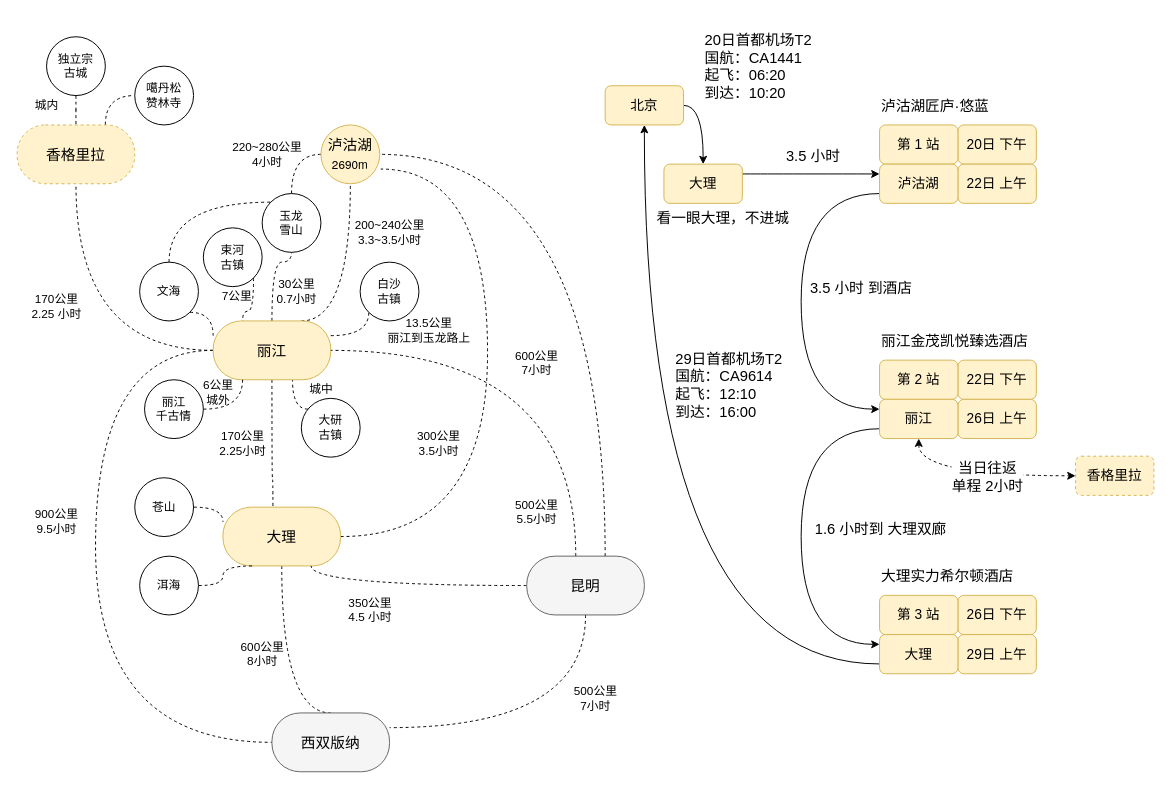
This is dali-lijiang.drawio from rabbitcount/drawio, a draw.io file, before an edit. Source tidied: cells renumbered, new cells numbered last; positions are measured from the earlier drawing's top-left corner, leaving out a move shared by most shapes. Both pictures are drawn from the tidied source at 98%, with x=0, y=0 at pixel (17, 26).
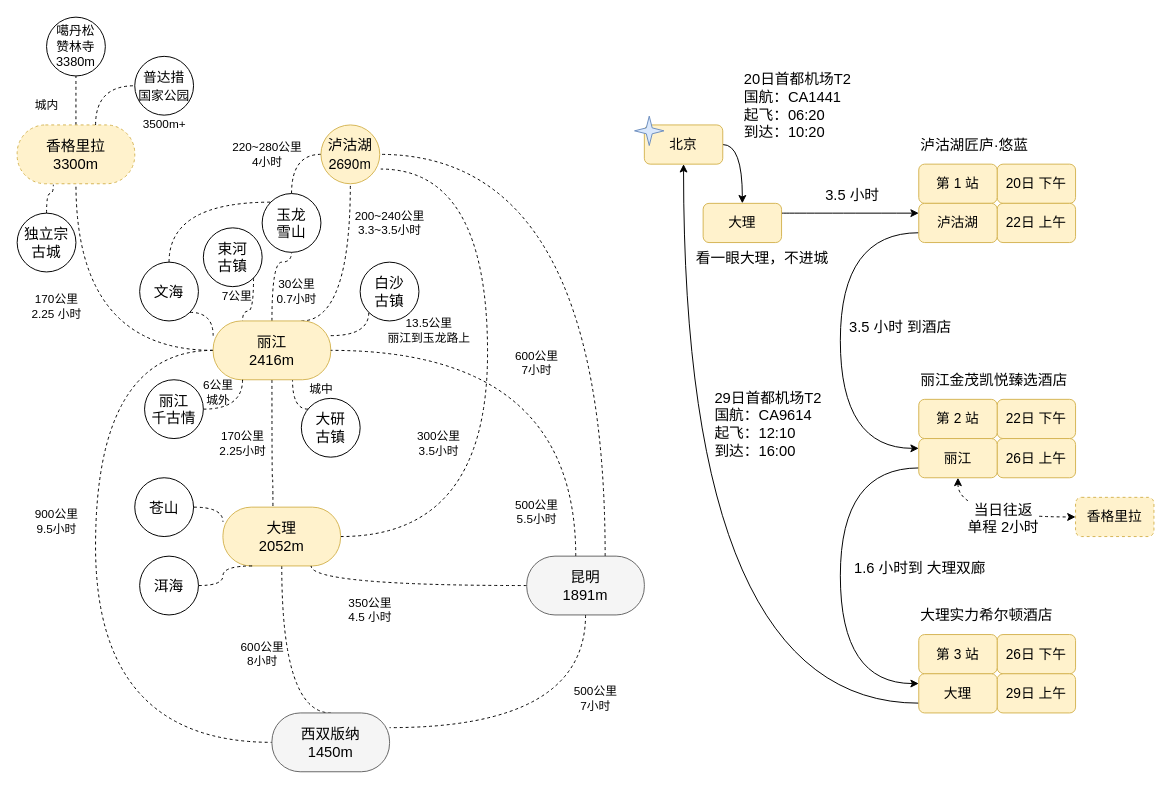
After the change.

Unchanged cells that the change refers to:
```xml
<mxCell id="68" style="edgeStyle=orthogonalEdgeStyle;rounded=0;jettySize=auto;html=1;entryX=0;entryY=0.5;entryDx=0;entryDy=0;curved=1;exitX=0.5;exitY=1;exitDx=0;exitDy=0;startArrow=classic;startFill=1;dashed=1;" parent="1" edge="1" source="70" target="86">
  <mxGeometry relative="1" as="geometry" />
</mxCell>
```

What changed in the source:
```diff
@@
-    <mxCell id="8" value="丽江" style="rounded=1;whiteSpace=wrap;html=1;arcSize=48;fontSize=15;fontStyle=0;fillColor=#fff2cc;strokeColor=#d6b656;" parent="1" vertex="1">
+    <mxCell id="8" value="丽江&lt;br&gt;2416m" style="rounded=1;whiteSpace=wrap;html=1;arcSize=48;fontSize=15;fontStyle=0;fillColor=#fff2cc;strokeColor=#d6b656;" parent="1" vertex="1">
       <mxGeometry x="200" y="300" width="120" height="60" as="geometry" />
     </mxCell>
-    <mxCell id="9" style="edgeStyle=orthogonalEdgeStyle;rounded=0;jettySize=auto;html=1;exitX=0.75;exitY=0;exitDx=0;exitDy=0;curved=1;entryX=0;entryY=0.5;entryDx=0;entryDy=0;dashed=1;endArrow=none;endFill=0;" parent="1" edge="1" source="10" target="32">
+    <mxCell id="9" style="edgeStyle=orthogonalEdgeStyle;rounded=0;jettySize=auto;html=1;exitX=0.5;exitY=0;exitDx=0;exitDy=0;curved=1;entryX=0.5;entryY=1;entryDx=0;entryDy=0;dashed=1;endArrow=none;endFill=0;" parent="1" edge="1" source="10" target="32">
       <mxGeometry relative="1" as="geometry" />
     </mxCell>
-    <mxCell id="10" value="香格里拉" style="rounded=1;whiteSpace=wrap;html=1;arcSize=48;fontSize=15;fontStyle=0;fillColor=#fff2cc;strokeColor=#d6b656;dashed=1;" parent="1" vertex="1">
+    <mxCell id="10" value="香格里拉&lt;br&gt;3300m" style="rounded=1;whiteSpace=wrap;html=1;arcSize=48;fontSize=15;fontStyle=0;fillColor=#fff2cc;strokeColor=#d6b656;dashed=1;" parent="1" vertex="1">
       <mxGeometry y="100" width="120" height="60" as="geometry" />
     </mxCell>
@@
-    <mxCell id="13" value="大理" style="rounded=1;whiteSpace=wrap;html=1;arcSize=48;fontSize=15;fontStyle=0;fillColor=#fff2cc;strokeColor=#d6b656;" parent="1" vertex="1">
+    <mxCell id="13" value="大理&lt;br&gt;2052m" style="rounded=1;whiteSpace=wrap;html=1;arcSize=48;fontSize=15;fontStyle=0;fillColor=#fff2cc;strokeColor=#d6b656;" parent="1" vertex="1">
       <mxGeometry x="210" y="490" width="120" height="60" as="geometry" />
     </mxCell>
@@
-    <mxCell id="18" value="昆明" style="rounded=1;whiteSpace=wrap;html=1;arcSize=48;fontSize=15;fillColor=#f5f5f5;strokeColor=#666666;fontStyle=0;" parent="1" vertex="1">
+    <mxCell id="18" value="昆明&lt;br&gt;1891m" style="rounded=1;whiteSpace=wrap;html=1;arcSize=48;fontSize=15;fillColor=#f5f5f5;strokeColor=#666666;fontStyle=0;" parent="1" vertex="1">
       <mxGeometry x="520" y="540" width="120" height="60" as="geometry" />
     </mxCell>
@@
-    <mxCell id="20" value="玉龙&lt;br&gt;雪山" style="ellipse;whiteSpace=wrap;html=1;" parent="1" vertex="1">
+    <mxCell id="20" value="玉龙&lt;br style=&quot;font-size: 15px;&quot;&gt;雪山" style="ellipse;whiteSpace=wrap;html=1;fontSize=15;" parent="1" vertex="1">
       <mxGeometry x="250" y="170" width="60" height="60" as="geometry" />
     </mxCell>
-    <mxCell id="21" value="&lt;span style=&quot;font-weight: normal&quot;&gt;泸沽湖&lt;br style=&quot;font-size: 15px&quot;&gt;&lt;span style=&quot;font-family: &amp;#34;helvetica neue&amp;#34; , &amp;#34;helvetica&amp;#34; , &amp;#34;arial&amp;#34; , &amp;#34;pingfang sc&amp;#34; , &amp;#34;hiragino sans gb&amp;#34; , &amp;#34;microsoft yahei&amp;#34; , &amp;#34;wenquanyi micro hei&amp;#34; , sans-serif&quot;&gt;&lt;font style=&quot;font-size: 12px&quot;&gt;2690m&lt;/font&gt;&lt;/span&gt;&lt;/span&gt;" style="ellipse;whiteSpace=wrap;html=1;fontSize=15;fontStyle=1;fillColor=#fff2cc;strokeColor=#d6b656;" parent="1" vertex="1">
+    <mxCell id="21" value="&lt;span style=&quot;font-weight: normal&quot;&gt;泸沽湖&lt;br style=&quot;font-size: 15px&quot;&gt;&lt;span style=&quot;font-family: &amp;quot;helvetica neue&amp;quot; , &amp;quot;helvetica&amp;quot; , &amp;quot;arial&amp;quot; , &amp;quot;pingfang sc&amp;quot; , &amp;quot;hiragino sans gb&amp;quot; , &amp;quot;microsoft yahei&amp;quot; , &amp;quot;wenquanyi micro hei&amp;quot; , sans-serif&quot;&gt;&lt;font style=&quot;font-size: 14px;&quot;&gt;2690m&lt;/font&gt;&lt;/span&gt;&lt;/span&gt;" style="ellipse;whiteSpace=wrap;html=1;fontSize=15;fontStyle=1;fillColor=#fff2cc;strokeColor=#d6b656;" parent="1" vertex="1">
       <mxGeometry x="310" y="100" width="60" height="60" as="geometry" />
     </mxCell>
@@
     <mxCell id="23" value="200~240公里&lt;br&gt;3.3~3.5小时" style="text;html=1;align=center;verticalAlign=middle;" parent="1" vertex="1">
-      <mxGeometry x="335" y="195" width="90" height="30" as="geometry" />
+      <mxGeometry x="335" y="185" width="90" height="30" as="geometry" />
     </mxCell>
@@
-    <mxCell id="29" value="西双版纳" style="rounded=1;whiteSpace=wrap;html=1;arcSize=48;fontSize=15;fillColor=#f5f5f5;strokeColor=#666666;fontStyle=0;" parent="1" vertex="1">
+    <mxCell id="29" value="西双版纳&lt;br&gt;1450m" style="rounded=1;whiteSpace=wrap;html=1;arcSize=48;fontSize=15;fillColor=#f5f5f5;strokeColor=#666666;fontStyle=0;" parent="1" vertex="1">
       <mxGeometry x="260" y="700" width="120" height="60" as="geometry" />
     </mxCell>
@@
-    <mxCell id="32" value="噶丹松&lt;br&gt;赞林寺" style="ellipse;whiteSpace=wrap;html=1;" parent="1" vertex="1">
-      <mxGeometry x="120" y="40" width="60" height="60" as="geometry" />
+    <mxCell id="32" value="噶丹松&lt;br style=&quot;font-size: 13px;&quot;&gt;赞林寺&lt;br style=&quot;font-size: 13px;&quot;&gt;3380m" style="ellipse;whiteSpace=wrap;html=1;fontSize=13;" parent="1" vertex="1">
+      <mxGeometry x="30" y="-10" width="60" height="60" as="geometry" />
     </mxCell>
-    <mxCell id="33" style="edgeStyle=orthogonalEdgeStyle;curved=1;rounded=0;jettySize=auto;html=1;dashed=1;endArrow=none;endFill=0;" parent="1" edge="1" source="34" target="10">
+    <mxCell id="33" style="edgeStyle=orthogonalEdgeStyle;curved=1;rounded=0;jettySize=auto;html=1;dashed=1;endArrow=none;endFill=0;entryX=0.308;entryY=1.017;entryDx=0;entryDy=0;entryPerimeter=0;" parent="1" edge="1" source="34" target="10">
       <mxGeometry relative="1" as="geometry" />
     </mxCell>
-    <mxCell id="34" value="独立宗&lt;br&gt;古城" style="ellipse;whiteSpace=wrap;html=1;" parent="1" vertex="1">
-      <mxGeometry x="30" y="10" width="60" height="60" as="geometry" />
+    <mxCell id="34" value="独立宗&lt;br style=&quot;font-size: 15px;&quot;&gt;古城" style="ellipse;whiteSpace=wrap;html=1;fontSize=15;" parent="1" vertex="1">
+      <mxGeometry y="190" width="60" height="60" as="geometry" />
     </mxCell>
@@
-    <mxCell id="37" value="苍山" style="ellipse;whiteSpace=wrap;html=1;" parent="1" vertex="1">
+    <mxCell id="37" value="苍山" style="ellipse;whiteSpace=wrap;html=1;fontSize=15;" parent="1" vertex="1">
       <mxGeometry x="120" y="460" width="60" height="60" as="geometry" />
     </mxCell>
@@
-    <mxCell id="39" value="洱海" style="ellipse;whiteSpace=wrap;html=1;" parent="1" vertex="1">
+    <mxCell id="39" value="洱海" style="ellipse;whiteSpace=wrap;html=1;fontSize=15;" parent="1" vertex="1">
       <mxGeometry x="125" y="540" width="60" height="60" as="geometry" />
     </mxCell>
@@
-    <mxCell id="42" value="束河&lt;br&gt;古镇" style="ellipse;whiteSpace=wrap;html=1;" parent="1" vertex="1">
+    <mxCell id="42" value="束河&lt;br style=&quot;font-size: 15px;&quot;&gt;古镇" style="ellipse;whiteSpace=wrap;html=1;fontSize=15;" parent="1" vertex="1">
       <mxGeometry x="190" y="205" width="60" height="60" as="geometry" />
     </mxCell>
@@
-    <mxCell id="44" value="大研&lt;br&gt;古镇" style="ellipse;whiteSpace=wrap;html=1;" parent="1" vertex="1">
+    <mxCell id="44" value="大研&lt;br style=&quot;font-size: 15px;&quot;&gt;古镇" style="ellipse;whiteSpace=wrap;html=1;fontSize=15;" parent="1" vertex="1">
       <mxGeometry x="290" y="379" width="60" height="60" as="geometry" />
     </mxCell>
-    <mxCell id="45" value="白沙&lt;br&gt;古镇" style="ellipse;whiteSpace=wrap;html=1;" parent="1" vertex="1">
+    <mxCell id="45" value="白沙&lt;br style=&quot;font-size: 15px;&quot;&gt;古镇" style="ellipse;whiteSpace=wrap;html=1;fontSize=15;" parent="1" vertex="1">
       <mxGeometry x="350" y="240" width="60" height="60" as="geometry" />
     </mxCell>
@@
-    <mxCell id="52" value="文海" style="ellipse;whiteSpace=wrap;html=1;" parent="1" vertex="1">
+    <mxCell id="52" value="文海" style="ellipse;whiteSpace=wrap;html=1;fontSize=15;" parent="1" vertex="1">
       <mxGeometry x="125" y="240" width="60" height="60" as="geometry" />
     </mxCell>
@@
-    <mxCell id="54" value="丽江&lt;br&gt;千古情" style="ellipse;whiteSpace=wrap;html=1;" parent="1" vertex="1">
+    <mxCell id="54" value="丽江&lt;br style=&quot;font-size: 15px;&quot;&gt;千古情" style="ellipse;whiteSpace=wrap;html=1;fontSize=15;" parent="1" vertex="1">
       <mxGeometry x="130" y="360" width="60" height="60" as="geometry" />
     </mxCell>
@@
     <mxCell id="57" value="20日 下午" style="rounded=1;whiteSpace=wrap;html=1;fillColor=#fff2cc;fontSize=14;strokeColor=#d6b656;" parent="1" vertex="1">
-      <mxGeometry x="960" y="100" width="80" height="40" as="geometry" />
+      <mxGeometry x="1000" y="140" width="80" height="40" as="geometry" />
     </mxCell>
     <mxCell id="58" value="22日 上午" style="rounded=1;whiteSpace=wrap;html=1;fillColor=#fff2cc;fontSize=14;strokeColor=#d6b656;" parent="1" vertex="1">
-      <mxGeometry x="960" y="140" width="80" height="40" as="geometry" />
+      <mxGeometry x="1000" y="180" width="80" height="40" as="geometry" />
     </mxCell>
     <mxCell id="59" value="第 1 站" style="rounded=1;whiteSpace=wrap;html=1;fillColor=#fff2cc;fontSize=14;strokeColor=#d6b656;" parent="1" vertex="1">
-      <mxGeometry x="880" y="100" width="80" height="40" as="geometry" />
+      <mxGeometry x="920" y="140" width="80" height="40" as="geometry" />
     </mxCell>
     <mxCell id="60" style="edgeStyle=orthogonalEdgeStyle;curved=1;rounded=0;jettySize=auto;html=1;exitX=0;exitY=0.75;exitDx=0;exitDy=0;entryX=0;entryY=0.25;entryDx=0;entryDy=0;fontSize=14;" parent="1" edge="1" source="62" target="70">
       <mxGeometry relative="1" as="geometry">
         <Array as="points">
-          <mxPoint x="800" y="170" />
-          <mxPoint x="800" y="390" />
+          <mxPoint x="840" y="210" />
+          <mxPoint x="840" y="430" />
         </Array>
       </mxGeometry>
     </mxCell>
@@
     <mxCell id="62" value="泸沽湖" style="rounded=1;whiteSpace=wrap;html=1;fillColor=#fff2cc;fontSize=14;strokeColor=#d6b656;" parent="1" vertex="1">
-      <mxGeometry x="880" y="140" width="80" height="40" as="geometry" />
+      <mxGeometry x="920" y="180" width="80" height="40" as="geometry" />
     </mxCell>
     <mxCell id="63" value="22日 下午" style="rounded=1;whiteSpace=wrap;html=1;fillColor=#fff2cc;fontSize=14;strokeColor=#d6b656;" parent="1" vertex="1">
-      <mxGeometry x="960" y="340" width="80" height="40" as="geometry" />
+      <mxGeometry x="1000" y="380" width="80" height="40" as="geometry" />
     </mxCell>
     <mxCell id="64" value="26日 上午" style="rounded=1;whiteSpace=wrap;html=1;fillColor=#fff2cc;fontSize=14;strokeColor=#d6b656;" parent="1" vertex="1">
-      <mxGeometry x="960" y="380" width="80" height="40" as="geometry" />
+      <mxGeometry x="1000" y="420" width="80" height="40" as="geometry" />
     </mxCell>
     <mxCell id="65" value="第 2 站" style="rounded=1;whiteSpace=wrap;html=1;fillColor=#fff2cc;fontSize=14;strokeColor=#d6b656;" parent="1" vertex="1">
-      <mxGeometry x="880" y="340" width="80" height="40" as="geometry" />
+      <mxGeometry x="920" y="380" width="80" height="40" as="geometry" />
     </mxCell>
     <mxCell id="66" style="edgeStyle=orthogonalEdgeStyle;curved=1;rounded=0;jettySize=auto;html=1;exitX=0;exitY=0.75;exitDx=0;exitDy=0;entryX=0;entryY=0.25;entryDx=0;entryDy=0;fontSize=14;" parent="1" edge="1" source="70" target="75">
       <mxGeometry relative="1" as="geometry">
         <Array as="points">
-          <mxPoint x="800" y="410" />
-          <mxPoint x="800" y="630" />
+          <mxPoint x="840" y="450" />
+          <mxPoint x="840" y="670" />
         </Array>
       </mxGeometry>
     </mxCell>
@@
     <mxCell id="69" value="当日往返&lt;br&gt;单程 2小时" style="edgeLabel;html=1;align=center;verticalAlign=middle;fontSize=15;" parent="68" vertex="1">
       <mxGeometry x="0.08" y="7" relative="1" as="geometry">
-        <mxPoint y="7" as="offset" />
+        <mxPoint x="-1" y="7" as="offset" />
       </mxGeometry>
     </mxCell>
     <mxCell id="70" value="丽江" style="rounded=1;whiteSpace=wrap;html=1;fillColor=#fff2cc;fontSize=14;strokeColor=#d6b656;" parent="1" vertex="1">
-      <mxGeometry x="880" y="380" width="80" height="40" as="geometry" />
+      <mxGeometry x="920" y="420" width="80" height="40" as="geometry" />
     </mxCell>
     <mxCell id="71" value="26日 下午" style="rounded=1;whiteSpace=wrap;html=1;fillColor=#fff2cc;fontSize=14;strokeColor=#d6b656;" parent="1" vertex="1">
-      <mxGeometry x="960" y="580" width="80" height="40" as="geometry" />
+      <mxGeometry x="1000" y="620" width="80" height="40" as="geometry" />
     </mxCell>
     <mxCell id="72" value="29日 上午" style="rounded=1;whiteSpace=wrap;html=1;fillColor=#fff2cc;fontSize=14;strokeColor=#d6b656;" parent="1" vertex="1">
-      <mxGeometry x="960" y="620" width="80" height="40" as="geometry" />
+      <mxGeometry x="1000" y="660" width="80" height="40" as="geometry" />
     </mxCell>
     <mxCell id="73" value="第 3 站" style="rounded=1;whiteSpace=wrap;html=1;fillColor=#fff2cc;fontSize=14;strokeColor=#d6b656;" parent="1" vertex="1">
-      <mxGeometry x="880" y="580" width="80" height="40" as="geometry" />
+      <mxGeometry x="920" y="620" width="80" height="40" as="geometry" />
     </mxCell>
@@
     <mxCell id="75" value="大理" style="rounded=1;whiteSpace=wrap;html=1;fillColor=#fff2cc;fontSize=14;strokeColor=#d6b656;" parent="1" vertex="1">
-      <mxGeometry x="880" y="620" width="80" height="40" as="geometry" />
+      <mxGeometry x="920" y="660" width="80" height="40" as="geometry" />
     </mxCell>
@@
     <mxCell id="77" value="北京" style="rounded=1;whiteSpace=wrap;html=1;fillColor=#fff2cc;fontSize=14;strokeColor=#d6b656;" parent="1" vertex="1">
-      <mxGeometry x="600" y="60" width="80" height="40" as="geometry" />
+      <mxGeometry x="640" y="100" width="80" height="40" as="geometry" />
     </mxCell>
@@
     <mxCell id="80" value="大理" style="rounded=1;whiteSpace=wrap;html=1;fillColor=#fff2cc;fontSize=14;strokeColor=#d6b656;" parent="1" vertex="1">
-      <mxGeometry x="660" y="140" width="80" height="40" as="geometry" />
+      <mxGeometry x="700" y="180" width="80" height="40" as="geometry" />
     </mxCell>
     <mxCell id="81" value="泸沽湖匠庐·悠蓝" style="text;html=1;align=left;verticalAlign=middle;fontSize=15;" parent="1" vertex="1">
-      <mxGeometry x="880" y="70" width="120" height="20" as="geometry" />
+      <mxGeometry x="920" y="110" width="120" height="20" as="geometry" />
     </mxCell>
     <mxCell id="82" value="丽江金茂凯悦臻选酒店" style="text;html=1;align=left;verticalAlign=middle;fontSize=15;" parent="1" vertex="1">
-      <mxGeometry x="880" y="310" width="170" height="20" as="geometry" />
+      <mxGeometry x="920" y="350" width="170" height="20" as="geometry" />
     </mxCell>
     <mxCell id="83" value="大理实力希尔顿酒店" style="text;html=1;align=left;verticalAlign=middle;fontSize=15;" parent="1" vertex="1">
-      <mxGeometry x="880" y="550" width="150" height="20" as="geometry" />
+      <mxGeometry x="920" y="590" width="150" height="20" as="geometry" />
     </mxCell>
     <mxCell id="84" value="20日首都机场T2&lt;br&gt;国航：CA1441&lt;br&gt;起飞：06:20&lt;br&gt;到达：10:20" style="text;html=1;align=left;verticalAlign=middle;fontSize=15;spacingTop=0;labelBorderColor=none;" parent="1" vertex="1">
-      <mxGeometry x="700" width="120" height="80" as="geometry" />
+      <mxGeometry x="740" y="40" width="120" height="80" as="geometry" />
     </mxCell>
     <mxCell id="85" value="29日首都机场T2&lt;br&gt;国航：CA9614&lt;br&gt;起飞：12:10&lt;br&gt;到达：16:00" style="text;html=1;align=left;verticalAlign=middle;fontSize=15;fontColor=#000000;spacingTop=0;" parent="1" vertex="1">
-      <mxGeometry x="670" y="325" width="120" height="80" as="geometry" />
+      <mxGeometry x="710" y="365" width="120" height="80" as="geometry" />
     </mxCell>
     <mxCell id="86" value="香格里拉" style="rounded=1;whiteSpace=wrap;html=1;fillColor=#fff2cc;fontSize=14;strokeColor=#d6b656;dashed=1;" parent="1" vertex="1">
-      <mxGeometry x="1080" y="438" width="80" height="40" as="geometry" />
+      <mxGeometry x="1080" y="480" width="80" height="40" as="geometry" />
     </mxCell>
     <mxCell id="87" value="看一眼大理，不进城" style="text;html=1;align=center;verticalAlign=middle;strokeColor=none;fillColor=none;fontSize=15;" parent="1" vertex="1">
-      <mxGeometry x="640" y="180" width="160" height="30" as="geometry" />
+      <mxGeometry x="680" y="220" width="160" height="30" as="geometry" />
     </mxCell>
+    <mxCell id="88" style="verticalLabelPosition=bottom;verticalAlign=top;html=1;shape=mxgraph.basic.4_point_star_2;dx=0.8;fillColor=#dae8fc;strokeColor=#6c8ebf;" parent="1" vertex="1">
+      <mxGeometry x="630" y="91" width="30" height="30" as="geometry" />
+    </mxCell>
+    <mxCell id="89" value="&lt;font style=&quot;&quot;&gt;&lt;font style=&quot;font-size: 14px;&quot;&gt;普达措&lt;/font&gt;&lt;br&gt;&lt;font style=&quot;font-size: 13px;&quot;&gt;国家公园&lt;/font&gt;&lt;/font&gt;" style="ellipse;whiteSpace=wrap;html=1;fontSize=15;" parent="1" vertex="1">
+      <mxGeometry x="120" y="30" width="60" height="60" as="geometry" />
+    </mxCell>
+    <mxCell id="90" style="edgeStyle=orthogonalEdgeStyle;rounded=0;jettySize=auto;html=1;entryX=0;entryY=0.5;entryDx=0;entryDy=0;curved=1;dashed=1;exitX=0.667;exitY=0;exitDx=0;exitDy=0;exitPerimeter=0;endArrow=none;endFill=0;" parent="1" edge="1" source="10" target="89">
+      <mxGeometry relative="1" as="geometry" />
+    </mxCell>
+    <mxCell id="91" value="3500m+" style="text;html=1;align=center;verticalAlign=middle;strokeColor=none;fillColor=none;" parent="1" vertex="1">
+      <mxGeometry x="115" y="85" width="70" height="30" as="geometry" />
+    </mxCell>
```
